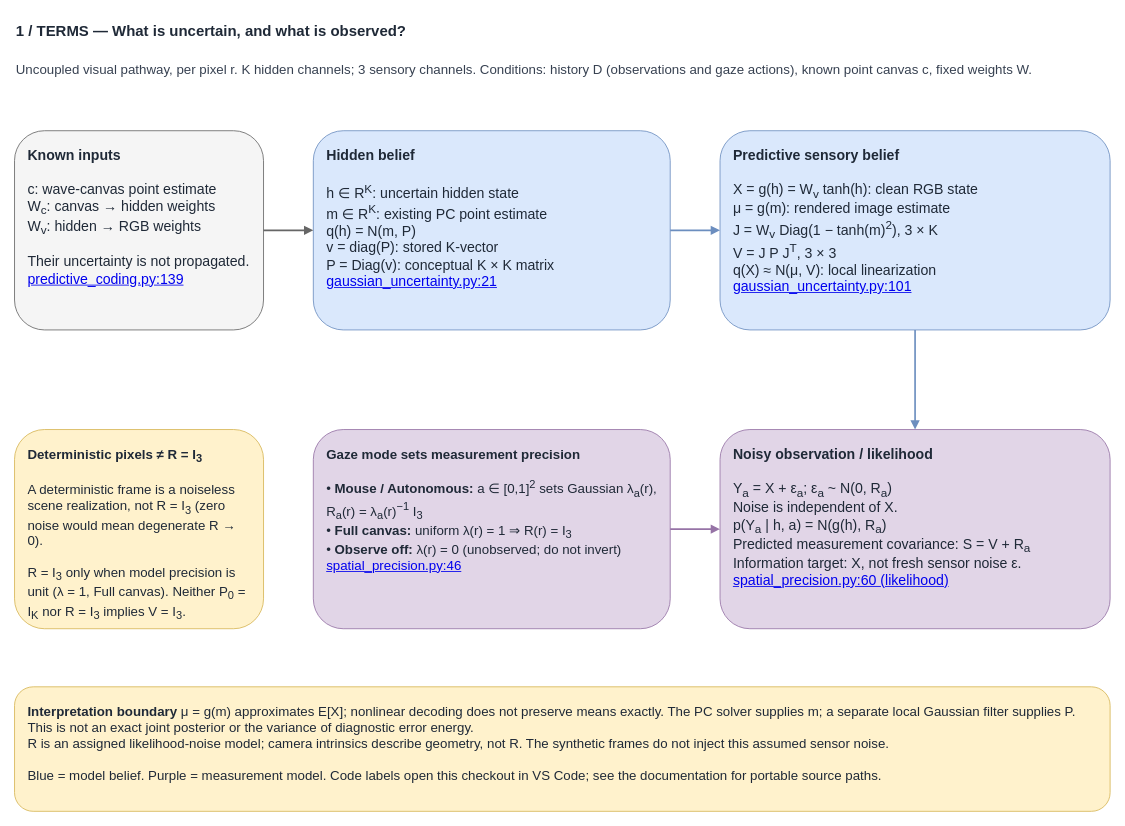
Above: page "1 - Terms and distributions" (1 of 3) of docs/predictive-uncertainty-math.drawio in EternalGoldenBraid/AudioViz (draw.io), before the change. Source tidied: cells renumbered, new cells numbered last; positions are measured from the earlier drawing's top-left corner, leaving out a move shared by most shapes. Both pictures are drawn from the tidied source at 83%, with x=0, y=0 at pixel (14, 14).
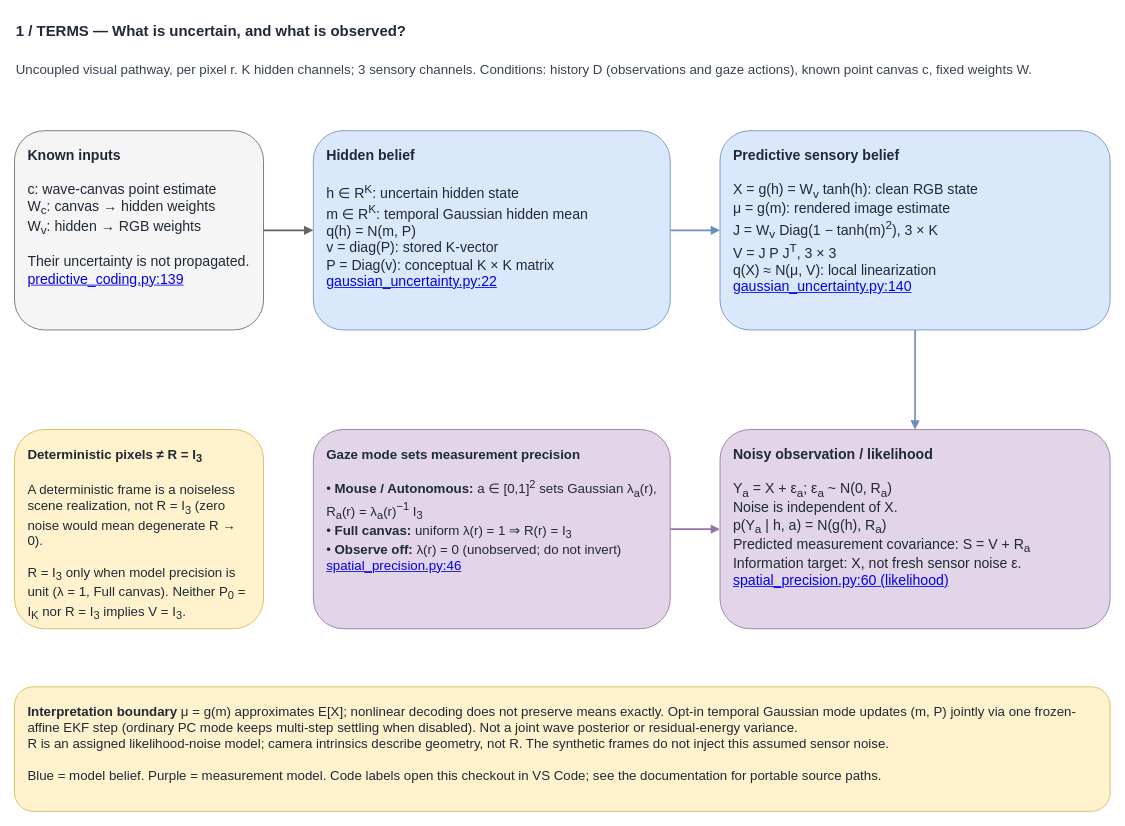
After the change.

Commit message (it also covers changes not shown here):
Active vision: sync docs and diagram for consistent temporal Gaussian filter

What changed in the source:
```diff
@@
 <mxGraphModel background="#ffffff">
   <root>
     <mxCell id="0" />
     <mxCell id="1" parent="0" />
     <mxCell id="2" value="1 / TERMS — What is uncertain, and what is observed?" style="text;whiteSpace=wrap;html=1;fontSize=18;fontStyle=1;align=left;verticalAlign=middle;fontColor=#1f2937;" parent="1" vertex="1">
       <mxGeometry width="1320" height="40" as="geometry" />
     </mxCell>
     <mxCell id="3" value="Uncoupled visual pathway, per pixel r. K hidden channels; 3 sensory channels. Conditions: history D (observations and gaze actions), known point canvas c, fixed weights W." style="text;whiteSpace=wrap;html=1;fontSize=16;align=left;fontColor=#374151;" parent="1" vertex="1">
       <mxGeometry y="50" width="1320" height="50" as="geometry" />
     </mxCell>
     <mxCell id="4" value="&lt;b&gt;Known inputs&lt;/b&gt;&lt;br&gt;&lt;br&gt;c: wave-canvas point estimate&lt;br&gt;W&lt;sub&gt;c&lt;/sub&gt;: canvas → hidden weights&lt;br&gt;W&lt;sub&gt;v&lt;/sub&gt;: hidden → RGB weights&lt;br&gt;&lt;br&gt;Their uncertainty is not propagated.&lt;br&gt;&lt;a href=&quot;vscode://file/home/nicklas/Projects/AudioViz/src/audioviz/readouts/predictive_coding.py:139:1&quot;&gt;predictive_coding.py:139&lt;/a&gt;" style="rounded=1;whiteSpace=wrap;html=1;fillColor=#f5f5f5;strokeColor=#666666;fontColor=#1f2937;fontSize=17;align=left;verticalAlign=top;spacing=16;" parent="1" vertex="1">
       <mxGeometry y="140" width="300" height="240" as="geometry" />
     </mxCell>
-    <mxCell id="5" value="&lt;b&gt;Hidden belief&lt;/b&gt;&lt;br&gt;&lt;br&gt;h ∈ R&lt;sup&gt;K&lt;/sup&gt;: uncertain hidden state&lt;br&gt;m ∈ R&lt;sup&gt;K&lt;/sup&gt;: existing PC point estimate&lt;br&gt;q(h) = N(m, P)&lt;br&gt;v = diag(P): stored K-vector&lt;br&gt;P = Diag(v): conceptual K × K matrix&lt;br&gt;&lt;a href=&quot;vscode://file/home/nicklas/Projects/AudioViz/src/audioviz/readouts/gaussian_uncertainty.py:21:1&quot;&gt;gaussian_uncertainty.py:21&lt;/a&gt;" style="rounded=1;whiteSpace=wrap;html=1;fillColor=#dae8fc;strokeColor=#6c8ebf;fontColor=#1f2937;fontSize=17;align=left;verticalAlign=top;spacing=16;" parent="1" vertex="1">
+    <mxCell id="5" value="&lt;b&gt;Hidden belief&lt;/b&gt;&lt;br&gt;&lt;br&gt;h ∈ R&lt;sup&gt;K&lt;/sup&gt;: uncertain hidden state&lt;br&gt;m ∈ R&lt;sup&gt;K&lt;/sup&gt;: temporal Gaussian hidden mean&lt;br&gt;q(h) = N(m, P)&lt;br&gt;v = diag(P): stored K-vector&lt;br&gt;P = Diag(v): conceptual K × K matrix&lt;br&gt;&lt;a href=&quot;vscode://file/home/nicklas/Projects/AudioViz/src/audioviz/readouts/gaussian_uncertainty.py:22:1&quot;&gt;gaussian_uncertainty.py:22&lt;/a&gt;" style="rounded=1;whiteSpace=wrap;html=1;fillColor=#dae8fc;strokeColor=#6c8ebf;fontColor=#1f2937;fontSize=17;align=left;verticalAlign=top;spacing=16;" parent="1" vertex="1">
       <mxGeometry x="360" y="140" width="430" height="240" as="geometry" />
     </mxCell>
-    <mxCell id="6" value="&lt;b&gt;Predictive sensory belief&lt;/b&gt;&lt;br&gt;&lt;br&gt;X = g(h) = W&lt;sub&gt;v&lt;/sub&gt; tanh(h): clean RGB state&lt;br&gt;μ = g(m): rendered image estimate&lt;br&gt;J = W&lt;sub&gt;v&lt;/sub&gt; Diag(1 − tanh(m)&lt;sup&gt;2&lt;/sup&gt;), 3 × K&lt;br&gt;V = J P J&lt;sup&gt;T&lt;/sup&gt;, 3 × 3&lt;br&gt;q(X) ≈ N(μ, V): local linearization&lt;br&gt;&lt;a href=&quot;vscode://file/home/nicklas/Projects/AudioViz/src/audioviz/readouts/gaussian_uncertainty.py:101:1&quot;&gt;gaussian_uncertainty.py:101&lt;/a&gt;" style="rounded=1;whiteSpace=wrap;html=1;fillColor=#dae8fc;strokeColor=#6c8ebf;fontColor=#1f2937;fontSize=17;align=left;verticalAlign=top;spacing=16;" parent="1" vertex="1">
+    <mxCell id="6" value="&lt;b&gt;Predictive sensory belief&lt;/b&gt;&lt;br&gt;&lt;br&gt;X = g(h) = W&lt;sub&gt;v&lt;/sub&gt; tanh(h): clean RGB state&lt;br&gt;μ = g(m): rendered image estimate&lt;br&gt;J = W&lt;sub&gt;v&lt;/sub&gt; Diag(1 − tanh(m)&lt;sup&gt;2&lt;/sup&gt;), 3 × K&lt;br&gt;V = J P J&lt;sup&gt;T&lt;/sup&gt;, 3 × 3&lt;br&gt;q(X) ≈ N(μ, V): local linearization&lt;br&gt;&lt;a href=&quot;vscode://file/home/nicklas/Projects/AudioViz/src/audioviz/readouts/gaussian_uncertainty.py:140:1&quot;&gt;gaussian_uncertainty.py:140&lt;/a&gt;" style="rounded=1;whiteSpace=wrap;html=1;fillColor=#dae8fc;strokeColor=#6c8ebf;fontColor=#1f2937;fontSize=17;align=left;verticalAlign=top;spacing=16;" parent="1" vertex="1">
       <mxGeometry x="850" y="140" width="470" height="240" as="geometry" />
     </mxCell>
     <mxCell id="7" value="&lt;b&gt;Deterministic pixels ≠ R = I&lt;sub&gt;3&lt;/sub&gt;&lt;/b&gt;&lt;br&gt;&lt;br&gt;A deterministic frame is a noiseless scene realization, not R = I&lt;sub&gt;3&lt;/sub&gt; (zero noise would mean degenerate R → 0).&lt;br&gt;&lt;br&gt;R = I&lt;sub&gt;3&lt;/sub&gt; only when model precision is unit (λ = 1, Full canvas). Neither P&lt;sub&gt;0&lt;/sub&gt; = I&lt;sub&gt;K&lt;/sub&gt; nor R = I&lt;sub&gt;3&lt;/sub&gt; implies V = I&lt;sub&gt;3&lt;/sub&gt;." style="rounded=1;whiteSpace=wrap;html=1;fillColor=#fff2cc;strokeColor=#d6b656;fontColor=#1f2937;fontSize=16;align=left;verticalAlign=top;spacing=16;" parent="1" vertex="1">
       <mxGeometry y="500" width="300" height="240" as="geometry" />
     </mxCell>
     <mxCell id="8" value="&lt;b&gt;Gaze mode sets measurement precision&lt;/b&gt;&lt;br&gt;&lt;br&gt;• &lt;b&gt;Mouse / Autonomous:&lt;/b&gt; a ∈ [0,1]&lt;sup&gt;2&lt;/sup&gt; sets Gaussian λ&lt;sub&gt;a&lt;/sub&gt;(r), R&lt;sub&gt;a&lt;/sub&gt;(r) = λ&lt;sub&gt;a&lt;/sub&gt;(r)&lt;sup&gt;−1&lt;/sup&gt; I&lt;sub&gt;3&lt;/sub&gt;&lt;br&gt;• &lt;b&gt;Full canvas:&lt;/b&gt; uniform λ(r) = 1 ⇒ R(r) = I&lt;sub&gt;3&lt;/sub&gt;&lt;br&gt;• &lt;b&gt;Observe off:&lt;/b&gt; λ(r) = 0 (unobserved; do not invert)&lt;br&gt;&lt;a href=&quot;vscode://file/home/nicklas/Projects/AudioViz/src/audioviz/readouts/spatial_precision.py:46:1&quot;&gt;spatial_precision.py:46&lt;/a&gt;" style="rounded=1;whiteSpace=wrap;html=1;fillColor=#e1d5e7;strokeColor=#9673a6;fontColor=#1f2937;fontSize=16;align=left;verticalAlign=top;spacing=16;" parent="1" vertex="1">
       <mxGeometry x="360" y="500" width="430" height="240" as="geometry" />
     </mxCell>
     <mxCell id="9" value="&lt;b&gt;Noisy observation / likelihood&lt;/b&gt;&lt;br&gt;&lt;br&gt;Y&lt;sub&gt;a&lt;/sub&gt; = X + ε&lt;sub&gt;a&lt;/sub&gt;; ε&lt;sub&gt;a&lt;/sub&gt; ~ N(0, R&lt;sub&gt;a&lt;/sub&gt;)&lt;br&gt;Noise is independent of X.&lt;br&gt;p(Y&lt;sub&gt;a&lt;/sub&gt; | h, a) = N(g(h), R&lt;sub&gt;a&lt;/sub&gt;)&lt;br&gt;Predicted measurement covariance: S = V + R&lt;sub&gt;a&lt;/sub&gt;&lt;br&gt;Information target: X, not fresh sensor noise ε.&lt;br&gt;&lt;a href=&quot;vscode://file/home/nicklas/Projects/AudioViz/src/audioviz/readouts/spatial_precision.py:60:1&quot;&gt;spatial_precision.py:60 (likelihood)&lt;/a&gt;" style="rounded=1;whiteSpace=wrap;html=1;fillColor=#e1d5e7;strokeColor=#9673a6;fontColor=#1f2937;fontSize=17;align=left;verticalAlign=top;spacing=16;" parent="1" vertex="1">
       <mxGeometry x="850" y="500" width="470" height="240" as="geometry" />
     </mxCell>
-    <mxCell id="10" value="&lt;b&gt;Interpretation boundary&lt;/b&gt;  μ = g(m) approximates E[X]; nonlinear decoding does not preserve means exactly. The PC solver supplies m; a separate local Gaussian filter supplies P. This is not an exact joint posterior or the variance of diagnostic error energy.&lt;br&gt;R is an assigned likelihood-noise model; camera intrinsics describe geometry, not R. The synthetic frames do not inject this assumed sensor noise.&lt;br&gt;&lt;br&gt;Blue = model belief. Purple = measurement model. Code labels open this checkout in VS Code; see the documentation for portable source paths." style="rounded=1;whiteSpace=wrap;html=1;fillColor=#fff2cc;strokeColor=#d6b656;fontColor=#1f2937;fontSize=16;align=left;verticalAlign=top;spacing=16;" parent="1" vertex="1">
+    <mxCell id="10" value="&lt;b&gt;Interpretation boundary&lt;/b&gt;  μ = g(m) approximates E[X]; nonlinear decoding does not preserve means exactly. Opt-in temporal Gaussian mode updates (m, P) jointly via one frozen-affine EKF step (ordinary PC mode keeps multi-step settling when disabled). Not a joint wave posterior or residual-energy variance.&lt;br&gt;R is an assigned likelihood-noise model; camera intrinsics describe geometry, not R. The synthetic frames do not inject this assumed sensor noise.&lt;br&gt;&lt;br&gt;Blue = model belief. Purple = measurement model. Code labels open this checkout in VS Code; see the documentation for portable source paths." style="rounded=1;whiteSpace=wrap;html=1;fillColor=#fff2cc;strokeColor=#d6b656;fontColor=#1f2937;fontSize=16;align=left;verticalAlign=top;spacing=16;" parent="1" vertex="1">
       <mxGeometry y="810" width="1320" height="150" as="geometry" />
     </mxCell>
     <mxCell id="11" style="edgeStyle=orthogonalEdgeStyle;html=1;strokeColor=#666666;strokeWidth=2;endArrow=block;exitX=1;exitY=0.5;entryX=0;entryY=0.5;" parent="1" edge="1" source="4" target="5">
       <mxGeometry relative="1" as="geometry" />
     </mxCell>
     <mxCell id="12" style="edgeStyle=orthogonalEdgeStyle;html=1;strokeColor=#6c8ebf;strokeWidth=2;endArrow=block;exitX=1;exitY=0.5;entryX=0;entryY=0.5;" parent="1" edge="1" source="5" target="6">
       <mxGeometry relative="1" as="geometry" />
     </mxCell>
     <mxCell id="13" style="edgeStyle=orthogonalEdgeStyle;html=1;strokeColor=#6c8ebf;strokeWidth=2;endArrow=block;exitX=0.5;exitY=1;entryX=0.5;entryY=0;" parent="1" edge="1" source="6" target="9">
       <mxGeometry relative="1" as="geometry" />
     </mxCell>
     <mxCell id="14" style="edgeStyle=orthogonalEdgeStyle;html=1;strokeColor=#9673a6;strokeWidth=2;endArrow=block;exitX=1;exitY=0.5;entryX=0;entryY=0.5;" parent="1" edge="1" source="8" target="9">
       <mxGeometry relative="1" as="geometry" />
     </mxCell>
   </root>
 </mxGraphModel>
```
